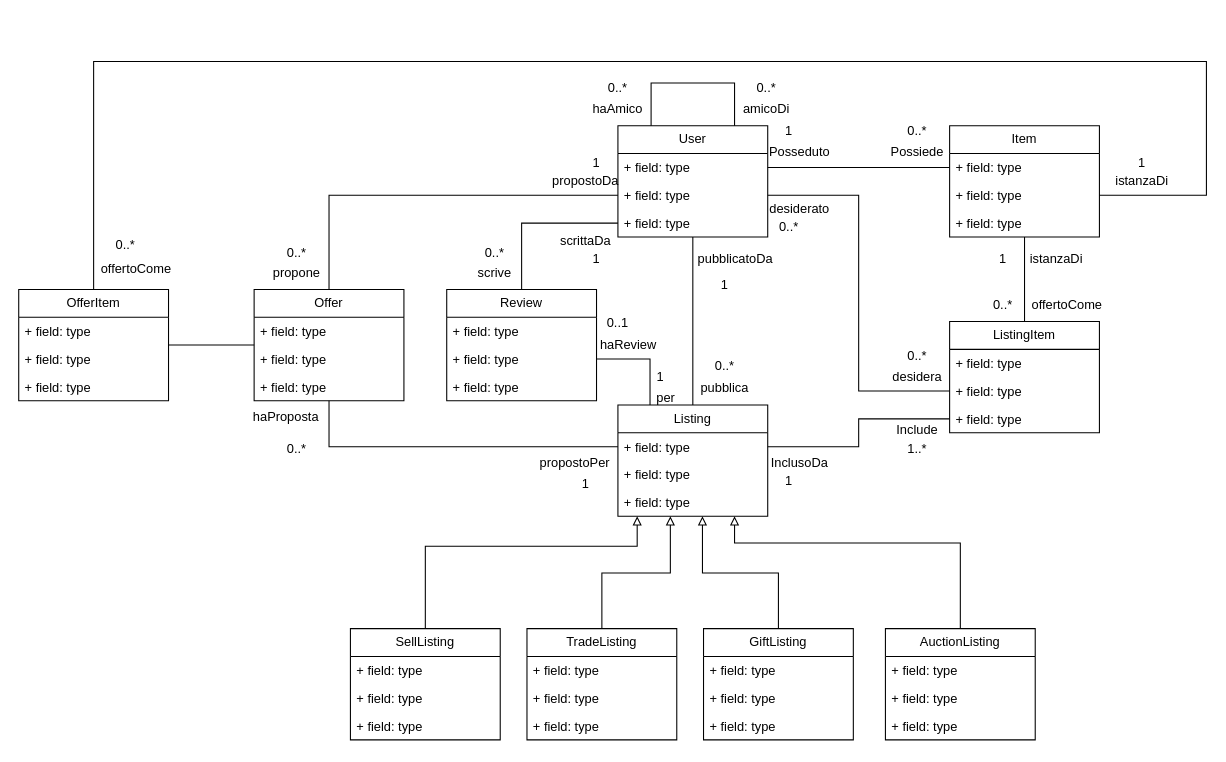
Earlier version of the draw.io diagram uninaswap.drawio (GritHat/diagrams-draw.io). Source tidied: cells renumbered, new cells numbered last; positions are measured from the earlier drawing's top-left corner, leaving out a move shared by most shapes. Both pictures are drawn from the tidied source at 107%, with x=0, y=0 at pixel (18, 61).
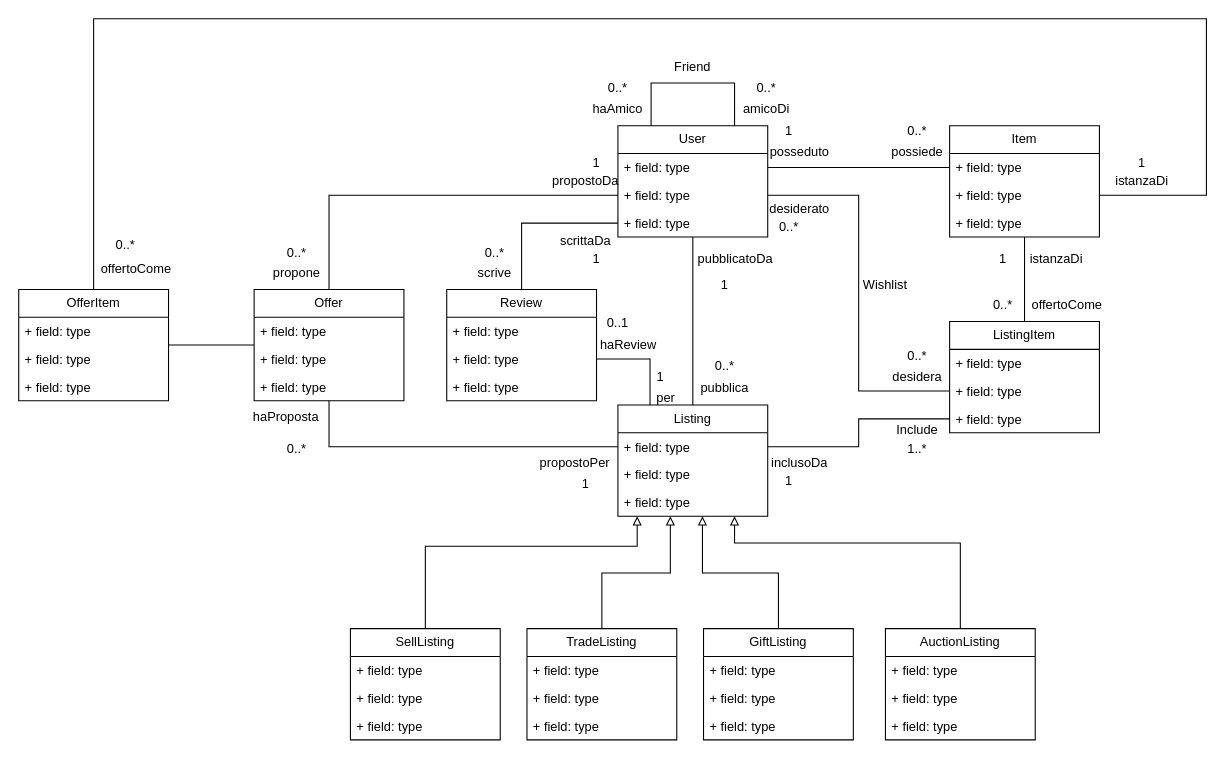
Above is the later version.

Unchanged cells that the change refers to:
```xml
<mxCell id="9" value="+ field: type" style="text;strokeColor=none;fillColor=none;align=left;verticalAlign=top;spacingLeft=4;spacingRight=4;overflow=hidden;points=[[0,0.5],[1,0.5]];portConstraint=eastwest;whiteSpace=wrap;html=1;" parent="7" vertex="1">
  <mxGeometry y="52" width="140" height="26" as="geometry" />
</mxCell>
<mxCell id="49" value="OfferItem" style="swimlane;fontStyle=0;horizontal=1;startSize=26;fillColor=none;whiteSpace=wrap;html=1;" parent="1" vertex="1">
  <mxGeometry y="213" width="140" height="104" as="geometry" />
</mxCell>
```

The edit, as a diff of the source:
```diff
@@
     <mxCell id="47" style="edgeStyle=orthogonalEdgeStyle;rounded=0;jettySize=auto;html=1;entryX=1;entryY=0.5;entryDx=0;entryDy=0;endArrow=none;startFill=0;" parent="1" edge="1" source="49" target="9">
       <mxGeometry relative="1" as="geometry">
         <Array as="points">
-          <mxPoint x="70" />
-          <mxPoint x="1110" />
+          <mxPoint x="70" y="-40" />
+          <mxPoint x="1110" y="-40" />
           <mxPoint x="1110" y="125" />
         </Array>
       </mxGeometry>
     </mxCell>
@@
-    <mxCell id="55" value="Possiede" style="text;html=1;align=center;verticalAlign=middle;whiteSpace=wrap;rounded=0;" parent="1" vertex="1">
+    <mxCell id="55" value="possiede" style="text;html=1;align=center;verticalAlign=middle;whiteSpace=wrap;rounded=0;" parent="1" vertex="1">
       <mxGeometry x="810" y="70" width="60" height="30" as="geometry" />
     </mxCell>
-    <mxCell id="56" value="Posseduto" style="text;html=1;align=center;verticalAlign=middle;whiteSpace=wrap;rounded=0;" parent="1" vertex="1">
+    <mxCell id="56" value="posseduto" style="text;html=1;align=center;verticalAlign=middle;whiteSpace=wrap;rounded=0;" parent="1" vertex="1">
       <mxGeometry x="700" y="70" width="60" height="30" as="geometry" />
     </mxCell>
@@
-    <mxCell id="62" value="InclusoDa" style="text;html=1;align=center;verticalAlign=middle;whiteSpace=wrap;rounded=0;" parent="1" vertex="1">
+    <mxCell id="62" value="inclusoDa" style="text;html=1;align=center;verticalAlign=middle;whiteSpace=wrap;rounded=0;" parent="1" vertex="1">
       <mxGeometry x="700" y="360" width="60" height="30" as="geometry" />
     </mxCell>
@@
+    <mxCell id="106" value="Friend" style="text;html=1;align=center;verticalAlign=middle;whiteSpace=wrap;rounded=0;" parent="1" vertex="1">
+      <mxGeometry x="600" y="-10" width="60" height="30" as="geometry" />
+    </mxCell>
+    <mxCell id="107" value="Wishlist" style="text;html=1;align=center;verticalAlign=middle;whiteSpace=wrap;rounded=0;" parent="1" vertex="1">
+      <mxGeometry x="780" y="194" width="60" height="30" as="geometry" />
+    </mxCell>
```
